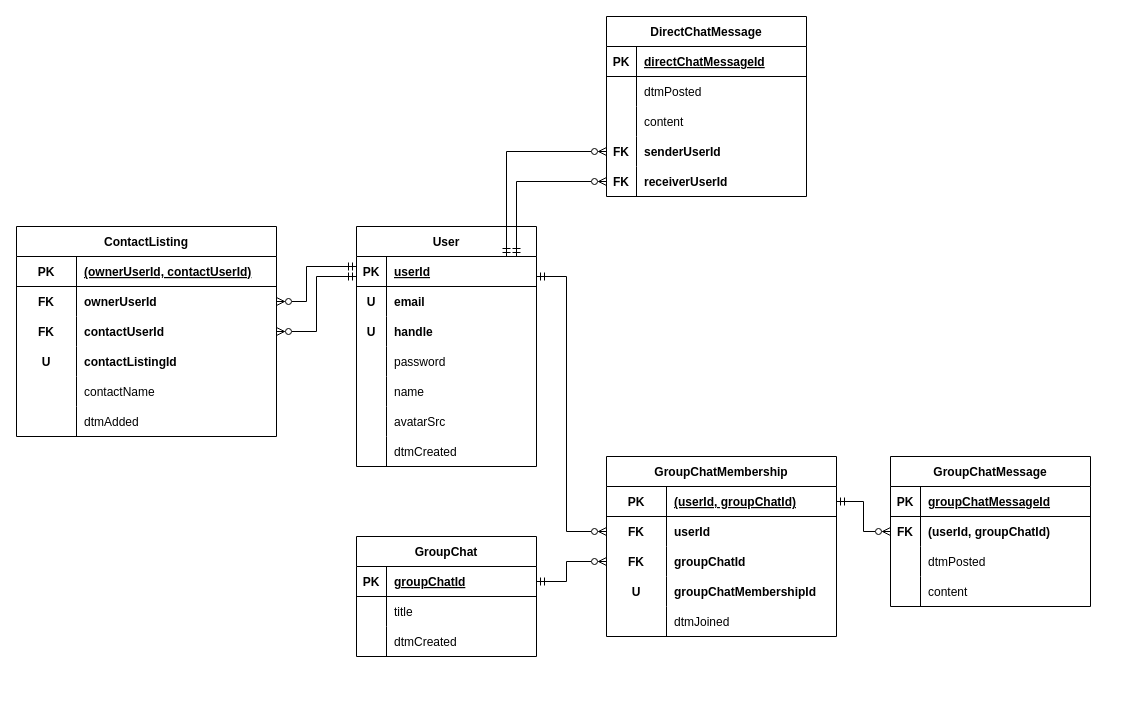
This is backend/main-server/src/database/ERD.drawio from canneth/hello-friend, a draw.io file, before an edit. Source tidied: cells renumbered, new cells numbered last; positions are measured from the earlier drawing's top-left corner, leaving out a move shared by most shapes. Both pictures are drawn from the tidied source at 100%, with x=0, y=0 at pixel (16, 16).
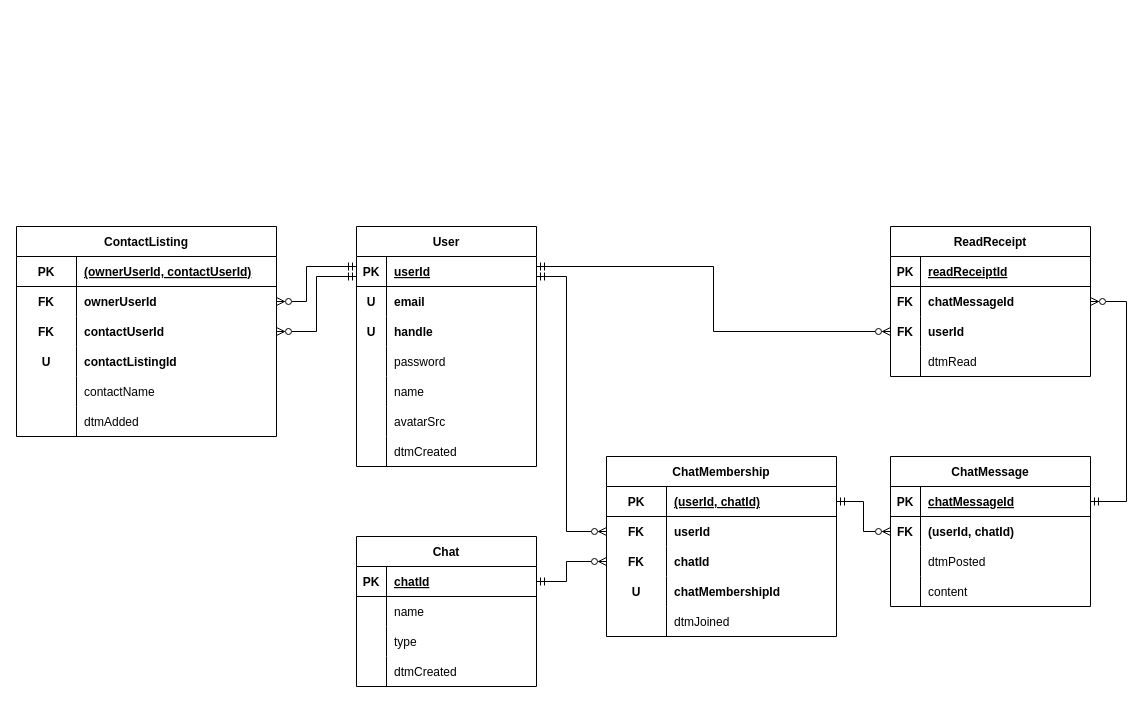
The same diagram, later.

The change refers to these unchanged cells:
```xml
<mxCell id="3" style="shape=partialRectangle;fillColor=none;top=0;left=0;bottom=1;right=0;points=[[0,0.5],[1,0.5]];portConstraint=eastwest;" parent="2" vertex="1">
  <mxGeometry y="30" width="180" height="30" as="geometry" />
</mxCell>
<mxCell id="25" style="shape=partialRectangle;fillColor=none;top=0;left=0;bottom=1;right=0;points=[[0,0.5],[1,0.5]];portConstraint=eastwest;" parent="24" vertex="1">
  <mxGeometry y="30" width="200" height="30" as="geometry" />
</mxCell>
<mxCell id="28" style="shape=partialRectangle;fillColor=none;top=0;left=0;bottom=0;right=0;points=[[0,0.5],[1,0.5]];portConstraint=eastwest;" parent="24" vertex="1">
  <mxGeometry y="60" width="200" height="30" as="geometry" />
</mxCell>
<mxCell id="38" style="shape=partialRectangle;fillColor=none;top=0;left=0;bottom=1;right=0;points=[[0,0.5],[1,0.5]];portConstraint=eastwest;" parent="37" vertex="1">
  <mxGeometry y="30" width="180" height="30" as="geometry" />
</mxCell>
<mxCell id="41" style="shape=partialRectangle;fillColor=none;top=0;left=0;bottom=0;right=0;" parent="37" vertex="1">
  <mxGeometry y="60" width="180" height="30" as="geometry" />
</mxCell>
<mxCell id="48" style="shape=partialRectangle;fillColor=none;top=0;left=0;bottom=1;right=0;points=[[0,0.5],[1,0.5]];portConstraint=eastwest;" parent="47" vertex="1">
  <mxGeometry y="30" width="230" height="30" as="geometry" />
</mxCell>
<mxCell id="54" style="shape=partialRectangle;fillColor=none;top=0;left=0;bottom=0;right=0;points=[[0,0.5],[1,0.5]];portConstraint=eastwest;" parent="47" vertex="1">
  <mxGeometry y="90" width="230" height="30" as="geometry" />
</mxCell>
<mxCell id="57" style="shape=partialRectangle;fillColor=none;top=0;left=0;bottom=0;right=0;" parent="47" vertex="1">
  <mxGeometry y="120" width="230" height="30" as="geometry" />
</mxCell>
```

Diff of the diagram source:
```diff
@@
-    <mxCell id="24" value="GroupChatMessage" style="shape=table;startSize=30;childLayout=tableLayout;rowLines=0;fontStyle=1;align=center;" parent="1" vertex="1">
+    <mxCell id="24" value="ChatMessage" style="shape=table;startSize=30;childLayout=tableLayout;rowLines=0;fontStyle=1;align=center;" parent="1" vertex="1">
       <mxGeometry x="874" y="440" width="200" height="150" as="geometry" />
     </mxCell>
@@
-    <mxCell id="27" value="groupChatMessageId" style="shape=partialRectangle;fillColor=none;top=0;left=0;bottom=0;right=0;align=left;spacingLeft=6;fontStyle=5;overflow=hidden;" parent="25" vertex="1">
+    <mxCell id="27" value="chatMessageId" style="shape=partialRectangle;fillColor=none;top=0;left=0;bottom=0;right=0;align=left;spacingLeft=6;fontStyle=5;overflow=hidden;" parent="25" vertex="1">
       <mxGeometry x="30" width="170" height="30" as="geometry" />
     </mxCell>
@@
-    <mxCell id="30" value="(userId, groupChatId)" style="shape=partialRectangle;fillColor=none;top=0;left=0;bottom=0;right=0;align=left;spacingLeft=6;overflow=hidden;fontStyle=1;" parent="28" vertex="1">
+    <mxCell id="30" value="(userId, chatId)" style="shape=partialRectangle;fillColor=none;top=0;left=0;bottom=0;right=0;align=left;spacingLeft=6;overflow=hidden;fontStyle=1;" parent="28" vertex="1">
       <mxGeometry x="30" width="170" height="30" as="geometry" />
     </mxCell>
@@
-    <mxCell id="37" value="GroupChat" style="shape=table;startSize=30;childLayout=tableLayout;rowLines=0;fontStyle=1;align=center;" parent="1" vertex="1">
-      <mxGeometry x="340" y="520" width="180" height="120" as="geometry" />
+    <mxCell id="37" value="Chat" style="shape=table;startSize=30;childLayout=tableLayout;rowLines=0;fontStyle=1;align=center;" parent="1" vertex="1">
+      <mxGeometry x="340" y="520" width="180" height="150" as="geometry" />
     </mxCell>
@@
-    <mxCell id="40" value="groupChatId" style="shape=partialRectangle;fillColor=none;top=0;left=0;bottom=0;right=0;align=left;spacingLeft=6;fontStyle=5;overflow=hidden;" parent="38" vertex="1">
+    <mxCell id="40" value="chatId" style="shape=partialRectangle;fillColor=none;top=0;left=0;bottom=0;right=0;align=left;spacingLeft=6;fontStyle=5;overflow=hidden;" parent="38" vertex="1">
       <mxGeometry x="30" width="150" height="30" as="geometry" />
     </mxCell>
@@
-    <mxCell id="43" value="title" style="shape=partialRectangle;fillColor=none;top=0;left=0;bottom=0;right=0;align=left;spacingLeft=6;overflow=hidden;" parent="41" vertex="1">
+    <mxCell id="43" value="name" style="shape=partialRectangle;fillColor=none;top=0;left=0;bottom=0;right=0;align=left;spacingLeft=6;overflow=hidden;" parent="41" vertex="1">
       <mxGeometry x="30" width="150" height="30" as="geometry" />
     </mxCell>
+    <mxCell id="105" style="shape=partialRectangle;fillColor=none;top=0;left=0;bottom=0;right=0;" parent="37" vertex="1">
+      <mxGeometry y="90" width="180" height="30" as="geometry" />
+    </mxCell>
+    <mxCell id="106" style="shape=partialRectangle;fillColor=none;top=0;left=0;bottom=0;right=0;overflow=hidden;" parent="105" vertex="1">
+      <mxGeometry width="30" height="30" as="geometry" />
+    </mxCell>
+    <mxCell id="107" value="type" style="shape=partialRectangle;fillColor=none;top=0;left=0;bottom=0;right=0;align=left;spacingLeft=6;overflow=hidden;" parent="105" vertex="1">
+      <mxGeometry x="30" width="150" height="30" as="geometry" />
+    </mxCell>
     <mxCell id="44" style="shape=partialRectangle;fillColor=none;top=0;left=0;bottom=0;right=0;" parent="37" vertex="1">
-      <mxGeometry y="90" width="180" height="30" as="geometry" />
+      <mxGeometry y="120" width="180" height="30" as="geometry" />
     </mxCell>
@@
-    <mxCell id="47" value="GroupChatMembership" style="shape=table;startSize=30;childLayout=tableLayout;rowLines=0;fontStyle=1;align=center;" parent="1" vertex="1">
+    <mxCell id="47" value="ChatMembership" style="shape=table;startSize=30;childLayout=tableLayout;rowLines=0;fontStyle=1;align=center;" parent="1" vertex="1">
       <mxGeometry x="590" y="440" width="230" height="180" as="geometry" />
     </mxCell>
@@
-    <mxCell id="50" value="(userId, groupChatId)" style="shape=partialRectangle;fillColor=none;top=0;left=0;bottom=0;right=0;align=left;spacingLeft=6;overflow=hidden;fontStyle=5;" parent="48" vertex="1">
+    <mxCell id="50" value="(userId, chatId)" style="shape=partialRectangle;fillColor=none;top=0;left=0;bottom=0;right=0;align=left;spacingLeft=6;overflow=hidden;fontStyle=5;" parent="48" vertex="1">
       <mxGeometry x="60" width="170" height="30" as="geometry" />
     </mxCell>
@@
-    <mxCell id="56" value="groupChatId" style="shape=partialRectangle;fillColor=none;top=0;left=0;bottom=0;right=0;align=left;spacingLeft=6;overflow=hidden;fontStyle=1;" parent="54" vertex="1">
+    <mxCell id="56" value="chatId" style="shape=partialRectangle;fillColor=none;top=0;left=0;bottom=0;right=0;align=left;spacingLeft=6;overflow=hidden;fontStyle=1;" parent="54" vertex="1">
       <mxGeometry x="60" width="170" height="30" as="geometry" />
     </mxCell>
@@
-    <mxCell id="59" value="groupChatMembershipId" style="shape=partialRectangle;fillColor=none;top=0;left=0;bottom=0;right=0;align=left;spacingLeft=6;fontStyle=1;overflow=hidden;" parent="57" vertex="1">
+    <mxCell id="59" value="chatMembershipId" style="shape=partialRectangle;fillColor=none;top=0;left=0;bottom=0;right=0;align=left;spacingLeft=6;fontStyle=1;overflow=hidden;" parent="57" vertex="1">
       <mxGeometry x="60" width="170" height="30" as="geometry" />
     </mxCell>
@@
-    <mxCell id="86" value="DirectChatMessage" style="shape=table;startSize=30;childLayout=tableLayout;rowLines=0;fontStyle=1;align=center;" parent="1" vertex="1">
-      <mxGeometry x="590" width="200" height="180" as="geometry" />
-    </mxCell>
+    <mxCell id="104" style="edgeStyle=orthogonalEdgeStyle;rounded=0;jettySize=auto;html=1;startArrow=ERmandOne;startFill=0;endArrow=ERzeroToMany;endFill=0;" parent="1" edge="1" source="48" target="28">
+      <mxGeometry relative="1" as="geometry" />
+    </mxCell>
+    <mxCell id="108" value="ReadReceipt" style="shape=table;startSize=30;childLayout=tableLayout;rowLines=0;fontStyle=1;align=center;" parent="1" vertex="1">
+      <mxGeometry x="874" y="210" width="200" height="150" as="geometry" />
+    </mxCell>
-    <mxCell id="87" style="shape=partialRectangle;fillColor=none;top=0;left=0;bottom=1;right=0;" parent="86" vertex="1">
+    <mxCell id="87" style="shape=partialRectangle;fillColor=none;top=0;left=0;bottom=1;right=0;" parent="108" vertex="1">
       <mxGeometry y="30" width="200" height="30" as="geometry" />
     </mxCell>
@@
-    <mxCell id="89" value="directChatMessageId" style="shape=partialRectangle;fillColor=none;top=0;left=0;bottom=0;right=0;align=left;spacingLeft=6;fontStyle=5;overflow=hidden;" parent="87" vertex="1">
-      <mxGeometry x="30" width="170" height="30" as="geometry" />
-    </mxCell>
+    <mxCell id="109" value="readReceiptId" style="shape=partialRectangle;fillColor=none;top=0;left=0;bottom=0;right=0;align=left;spacingLeft=6;fontStyle=5;overflow=hidden;" parent="87" vertex="1">
+      <mxGeometry x="30" width="170" height="30" as="geometry" />
+    </mxCell>
-    <mxCell id="90" style="shape=partialRectangle;fillColor=none;top=0;left=0;bottom=0;right=0;points=[[0,0.5],[1,0.5]];portConstraint=eastwest;" parent="86" vertex="1">
+    <mxCell id="90" style="shape=partialRectangle;fillColor=none;top=0;left=0;bottom=0;right=0;points=[[0,0.5],[1,0.5]];portConstraint=eastwest;" parent="108" vertex="1">
       <mxGeometry y="60" width="200" height="30" as="geometry" />
     </mxCell>
-    <mxCell id="91" style="shape=partialRectangle;fillColor=none;top=0;left=0;bottom=0;right=0;overflow=hidden;" parent="90" vertex="1">
-      <mxGeometry width="30" height="30" as="geometry" />
-    </mxCell>
-    <mxCell id="92" value="dtmPosted" style="shape=partialRectangle;fillColor=none;top=0;left=0;bottom=0;right=0;align=left;spacingLeft=6;overflow=hidden;" parent="90" vertex="1">
-      <mxGeometry x="30" width="170" height="30" as="geometry" />
-    </mxCell>
+    <mxCell id="110" value="FK" style="shape=partialRectangle;fillColor=none;top=0;left=0;bottom=0;right=0;overflow=hidden;fontStyle=1;" parent="90" vertex="1">
+      <mxGeometry width="30" height="30" as="geometry" />
+    </mxCell>
+    <mxCell id="111" value="chatMessageId" style="shape=partialRectangle;fillColor=none;top=0;left=0;bottom=0;right=0;align=left;spacingLeft=6;overflow=hidden;fontStyle=1;" parent="90" vertex="1">
+      <mxGeometry x="30" width="170" height="30" as="geometry" />
+    </mxCell>
-    <mxCell id="93" style="shape=partialRectangle;fillColor=none;top=0;left=0;bottom=0;right=0;points=[[0,0.5],[1,0.5]];portConstraint=eastwest;" parent="86" vertex="1">
+    <mxCell id="93" style="shape=partialRectangle;fillColor=none;top=0;left=0;bottom=0;right=0;points=[[0,0.5],[1,0.5]];portConstraint=eastwest;" parent="108" vertex="1">
       <mxGeometry y="90" width="200" height="30" as="geometry" />
     </mxCell>
-    <mxCell id="94" style="shape=partialRectangle;fillColor=none;top=0;left=0;bottom=0;right=0;overflow=hidden;" parent="93" vertex="1">
-      <mxGeometry width="30" height="30" as="geometry" />
-    </mxCell>
-    <mxCell id="95" value="content" style="shape=partialRectangle;fillColor=none;top=0;left=0;bottom=0;right=0;align=left;spacingLeft=6;overflow=hidden;" parent="93" vertex="1">
-      <mxGeometry x="30" width="170" height="30" as="geometry" />
-    </mxCell>
+    <mxCell id="112" value="FK" style="shape=partialRectangle;fillColor=none;top=0;left=0;bottom=0;right=0;overflow=hidden;fontStyle=1;" parent="93" vertex="1">
+      <mxGeometry width="30" height="30" as="geometry" />
+    </mxCell>
+    <mxCell id="113" value="userId" style="shape=partialRectangle;fillColor=none;top=0;left=0;bottom=0;right=0;align=left;spacingLeft=6;overflow=hidden;fontStyle=1;" parent="93" vertex="1">
+      <mxGeometry x="30" width="170" height="30" as="geometry" />
+    </mxCell>
-    <mxCell id="96" style="shape=partialRectangle;fillColor=none;top=0;left=0;bottom=0;right=0;points=[[0,0.5],[1,0.5]];portConstraint=eastwest;" parent="86" vertex="1">
+    <mxCell id="96" style="shape=partialRectangle;fillColor=none;top=0;left=0;bottom=0;right=0;points=[[0,0.5],[1,0.5]];portConstraint=eastwest;" parent="108" vertex="1">
       <mxGeometry y="120" width="200" height="30" as="geometry" />
     </mxCell>
-    <mxCell id="97" value="FK" style="shape=partialRectangle;fillColor=none;top=0;left=0;bottom=0;right=0;overflow=hidden;fontStyle=1;" parent="96" vertex="1">
-      <mxGeometry width="30" height="30" as="geometry" />
-    </mxCell>
-    <mxCell id="98" value="senderUserId" style="shape=partialRectangle;fillColor=none;top=0;left=0;bottom=0;right=0;align=left;spacingLeft=6;overflow=hidden;fontStyle=1;" parent="96" vertex="1">
-      <mxGeometry x="30" width="170" height="30" as="geometry" />
-    </mxCell>
-    <mxCell id="99" style="shape=partialRectangle;fillColor=none;top=0;left=0;bottom=0;right=0;points=[[0,0.5],[1,0.5]];portConstraint=eastwest;" parent="86" vertex="1">
-      <mxGeometry y="150" width="200" height="30" as="geometry" />
-    </mxCell>
-    <mxCell id="100" value="FK" style="shape=partialRectangle;fillColor=none;top=0;left=0;bottom=0;right=0;overflow=hidden;fontStyle=1;" parent="99" vertex="1">
-      <mxGeometry width="30" height="30" as="geometry" />
-    </mxCell>
-    <mxCell id="101" value="receiverUserId" style="shape=partialRectangle;fillColor=none;top=0;left=0;bottom=0;right=0;align=left;spacingLeft=6;overflow=hidden;fontStyle=1;" parent="99" vertex="1">
-      <mxGeometry x="30" width="170" height="30" as="geometry" />
-    </mxCell>
-    <mxCell id="102" style="edgeStyle=orthogonalEdgeStyle;rounded=0;jettySize=auto;html=1;startArrow=ERzeroToMany;startFill=0;endArrow=ERmandOne;endFill=0;" parent="1" edge="1" source="96" target="3">
-      <mxGeometry relative="1" as="geometry">
-        <Array as="points">
-          <mxPoint x="490" y="135" />
-        </Array>
-      </mxGeometry>
-    </mxCell>
-    <mxCell id="103" style="edgeStyle=orthogonalEdgeStyle;rounded=0;jettySize=auto;html=1;startArrow=ERzeroToMany;startFill=0;endArrow=ERmandOne;endFill=0;" parent="1" edge="1" source="99" target="3">
-      <mxGeometry relative="1" as="geometry">
-        <Array as="points">
-          <mxPoint x="500" y="165" />
-        </Array>
-      </mxGeometry>
-    </mxCell>
-    <mxCell id="104" style="edgeStyle=orthogonalEdgeStyle;rounded=0;jettySize=auto;html=1;startArrow=ERmandOne;startFill=0;endArrow=ERzeroToMany;endFill=0;" parent="1" edge="1" source="48" target="28">
-      <mxGeometry relative="1" as="geometry" />
-    </mxCell>
+    <mxCell id="114" style="shape=partialRectangle;fillColor=none;top=0;left=0;bottom=0;right=0;overflow=hidden;" parent="96" vertex="1">
+      <mxGeometry width="30" height="30" as="geometry" />
+    </mxCell>
+    <mxCell id="115" value="dtmRead" style="shape=partialRectangle;fillColor=none;top=0;left=0;bottom=0;right=0;align=left;spacingLeft=6;overflow=hidden;" parent="96" vertex="1">
+      <mxGeometry x="30" width="170" height="30" as="geometry" />
+    </mxCell>
+    <mxCell id="116" style="edgeStyle=orthogonalEdgeStyle;rounded=0;jettySize=auto;html=1;startArrow=ERmandOne;startFill=0;endArrow=ERzeroToMany;endFill=0;" parent="1" edge="1" source="3" target="93">
+      <mxGeometry relative="1" as="geometry">
+        <Array as="points">
+          <mxPoint x="697" y="250" />
+          <mxPoint x="697" y="315" />
+        </Array>
+      </mxGeometry>
+    </mxCell>
+    <mxCell id="117" style="edgeStyle=orthogonalEdgeStyle;rounded=0;jettySize=auto;html=1;entryX=1;entryY=0.5;entryDx=0;entryDy=0;startArrow=ERzeroToMany;startFill=0;endArrow=ERmandOne;endFill=0;" parent="1" edge="1" source="90" target="25">
+      <mxGeometry relative="1" as="geometry">
+        <Array as="points">
+          <mxPoint x="1110" y="285" />
+          <mxPoint x="1110" y="485" />
+        </Array>
+      </mxGeometry>
+    </mxCell>
```
